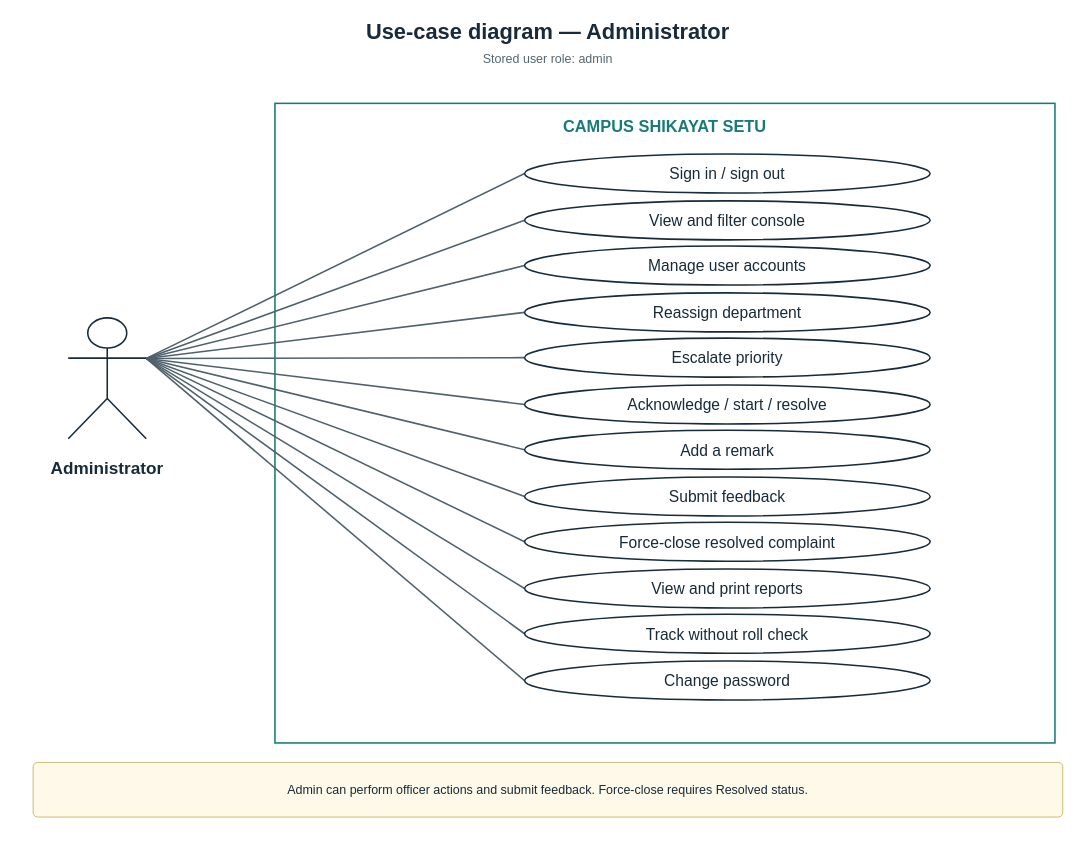
Yashwant-git392/Yashwant-git392 keeps this draw.io diagram as page "Administrator" (3 of 4) of shikayat-setu/report/diagrams/fig-usecase.drawio. Above is the earlier version. Source tidied: cells renumbered, new cells numbered last; positions are measured from the earlier drawing's top-left corner, leaving out a move shared by most shapes. Both pictures are drawn from the tidied source at 78%, with x=0, y=0 at pixel (17, 13).
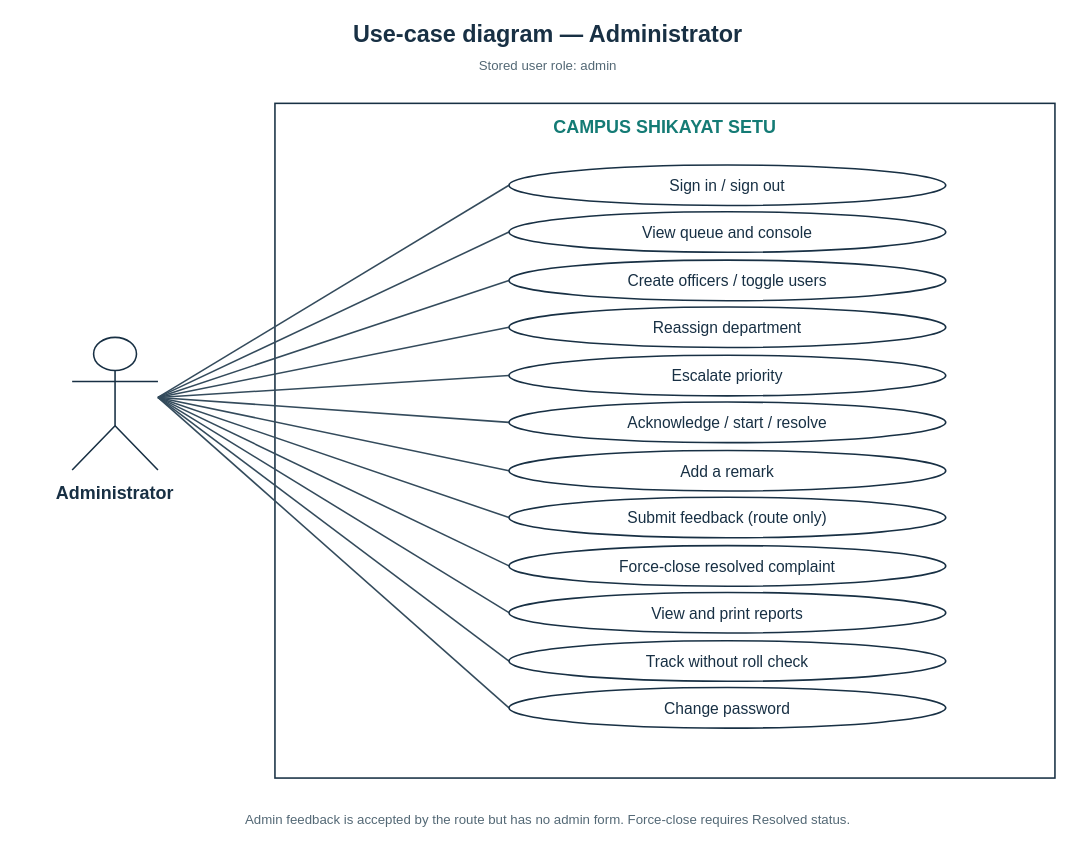
Above is the later version.

The edit, as a diff of the source:
```diff
@@
-    <mxCell id="2" value="Use-case diagram — Administrator" style="text;html=1;align=center;verticalAlign=middle;whiteSpace=wrap;rounded=0;strokeColor=none;fillColor=none;fontFamily=Arial;fontSize=28;fontStyle=1;fontColor=#172b3a;" parent="1" vertex="1">
-      <mxGeometry x="10" width="1340" height="45" as="geometry" />
+    <mxCell id="2" value="Use-case diagram — Administrator" style="text;html=0;align=center;verticalAlign=middle;whiteSpace=wrap;strokeColor=none;fillColor=none;fontFamily=Arial;fontSize=30;fontColor=#183044;fontStyle=1;" parent="1" vertex="1">
+      <mxGeometry x="10" y="2" width="1340" height="48" as="geometry" />
     </mxCell>
-    <mxCell id="3" value="Stored user role: admin" style="text;html=1;align=center;verticalAlign=middle;whiteSpace=wrap;rounded=0;strokeColor=none;fillColor=none;fontFamily=Arial;fontSize=16;fontStyle=0;fontColor=#536670;" parent="1" vertex="1">
-      <mxGeometry x="10" y="43" width="1340" height="30" as="geometry" />
+    <mxCell id="3" value="Stored user role: admin" style="text;html=0;align=center;verticalAlign=middle;whiteSpace=wrap;strokeColor=none;fillColor=none;fontFamily=Arial;fontSize=17;fontColor=#536875;fontStyle=0;" parent="1" vertex="1">
+      <mxGeometry x="10" y="52" width="1340" height="32" as="geometry" />
     </mxCell>
-    <mxCell id="4" style="rounded=0;fillColor=#ffffff;strokeColor=#187b77;strokeWidth=2;" parent="1" vertex="1">
-      <mxGeometry x="330" y="115" width="1000" height="820" as="geometry" />
+    <mxCell id="4" style="rounded=0;whiteSpace=wrap;html=0;fillColor=white;strokeColor=#183044;strokeWidth=2;fontFamily=Arial;fontSize=20;fontColor=#183044;fontStyle=0;align=center;verticalAlign=middle;" parent="1" vertex="1">
+      <mxGeometry x="330" y="115" width="1000" height="865" as="geometry" />
     </mxCell>
-    <mxCell id="5" value="CAMPUS SHIKAYAT SETU" style="text;html=1;align=center;verticalAlign=middle;whiteSpace=wrap;rounded=0;strokeColor=none;fillColor=none;fontFamily=Arial;fontSize=21;fontStyle=1;fontColor=#187b77;" parent="1" vertex="1">
-      <mxGeometry x="600" y="126" width="460" height="36" as="geometry" />
+    <mxCell id="5" value="CAMPUS SHIKAYAT SETU" style="text;html=0;align=center;verticalAlign=middle;whiteSpace=wrap;strokeColor=none;fillColor=none;fontFamily=Arial;fontSize=23;fontColor=#147b75;fontStyle=1;" parent="1" vertex="1">
+      <mxGeometry x="490" y="125" width="680" height="40" as="geometry" />
     </mxCell>
-    <mxCell id="6" style="shape=umlActor;html=1;strokeColor=#172b3a;strokeWidth=2;" parent="1" vertex="1">
-      <mxGeometry x="65" y="390" width="100" height="155" as="geometry" />
+    <mxCell id="6" style="shape=umlActor;html=0;fillColor=white;strokeColor=#183044;strokeWidth=2;" parent="1" vertex="1">
+      <mxGeometry x="70" y="415" width="110" height="170" as="geometry" />
     </mxCell>
-    <mxCell id="7" value="Administrator" style="text;html=1;align=center;verticalAlign=middle;whiteSpace=wrap;rounded=0;strokeColor=none;fillColor=none;fontFamily=Arial;fontSize=22;fontStyle=1;fontColor=#172b3a;" parent="1" vertex="1">
-      <mxGeometry y="565" width="230" height="38" as="geometry" />
+    <mxCell id="7" value="Administrator" style="text;html=0;align=center;verticalAlign=middle;whiteSpace=wrap;strokeColor=none;fillColor=none;fontFamily=Arial;fontSize=23;fontColor=#183044;fontStyle=1;" parent="1" vertex="1">
+      <mxGeometry x="-5" y="595" width="260" height="40" as="geometry" />
     </mxCell>
-    <mxCell id="8" style="edgeStyle=none;rounded=0;html=1;strokeColor=#50616b;strokeWidth=2;endArrow=none;endFill=1;dashed=0;" parent="1" edge="1">
+    <mxCell id="8" style="edgeStyle=none;rounded=0;strokeColor=#344b5c;strokeWidth=2;endArrow=none;endFill=0;dashed=0;" parent="1" edge="1">
       <mxGeometry relative="1" as="geometry">
-        <mxPoint x="165" y="442" as="sourcePoint" />
-        <mxPoint x="650" y="205" as="targetPoint" />
+        <mxPoint x="180" y="492" as="sourcePoint" />
+        <mxPoint x="630" y="220" as="targetPoint" />
       </mxGeometry>
     </mxCell>
-    <mxCell id="9" value="Sign in / sign out" style="ellipse;whiteSpace=wrap;html=1;fillColor=#ffffff;strokeColor=#172b3a;strokeWidth=2;fontFamily=Arial;fontSize=20;fontColor=#172b3a;" parent="1" vertex="1">
-      <mxGeometry x="650" y="180" width="520" height="50" as="geometry" />
+    <mxCell id="9" value="Sign in / sign out" style="ellipse;whiteSpace=wrap;html=0;fillColor=white;strokeColor=#183044;strokeWidth=2;fontFamily=Arial;fontSize=20;fontColor=#183044;fontStyle=0;align=center;verticalAlign=middle;" parent="1" vertex="1">
+      <mxGeometry x="630" y="194" width="560" height="52" as="geometry" />
     </mxCell>
-    <mxCell id="10" style="edgeStyle=none;rounded=0;html=1;strokeColor=#50616b;strokeWidth=2;endArrow=none;endFill=1;dashed=0;" parent="1" edge="1">
+    <mxCell id="10" style="edgeStyle=none;rounded=0;strokeColor=#344b5c;strokeWidth=2;endArrow=none;endFill=0;dashed=0;" parent="1" edge="1">
       <mxGeometry relative="1" as="geometry">
-        <mxPoint x="165" y="442" as="sourcePoint" />
-        <mxPoint x="650" y="265" as="targetPoint" />
+        <mxPoint x="180" y="492" as="sourcePoint" />
+        <mxPoint x="630" y="280" as="targetPoint" />
       </mxGeometry>
     </mxCell>
-    <mxCell id="11" value="View and filter console" style="ellipse;whiteSpace=wrap;html=1;fillColor=#ffffff;strokeColor=#172b3a;strokeWidth=2;fontFamily=Arial;fontSize=20;fontColor=#172b3a;" parent="1" vertex="1">
-      <mxGeometry x="650" y="240" width="520" height="50" as="geometry" />
+    <mxCell id="11" value="View queue and console" style="ellipse;whiteSpace=wrap;html=0;fillColor=white;strokeColor=#183044;strokeWidth=2;fontFamily=Arial;fontSize=20;fontColor=#183044;fontStyle=0;align=center;verticalAlign=middle;" parent="1" vertex="1">
+      <mxGeometry x="630" y="254" width="560" height="52" as="geometry" />
     </mxCell>
-    <mxCell id="12" style="edgeStyle=none;rounded=0;html=1;strokeColor=#50616b;strokeWidth=2;endArrow=none;endFill=1;dashed=0;" parent="1" edge="1">
+    <mxCell id="12" style="edgeStyle=none;rounded=0;strokeColor=#344b5c;strokeWidth=2;endArrow=none;endFill=0;dashed=0;" parent="1" edge="1">
       <mxGeometry relative="1" as="geometry">
-        <mxPoint x="165" y="442" as="sourcePoint" />
-        <mxPoint x="650" y="323" as="targetPoint" />
+        <mxPoint x="180" y="492" as="sourcePoint" />
+        <mxPoint x="630" y="342" as="targetPoint" />
       </mxGeometry>
     </mxCell>
-    <mxCell id="13" value="Manage user accounts" style="ellipse;whiteSpace=wrap;html=1;fillColor=#ffffff;strokeColor=#172b3a;strokeWidth=2;fontFamily=Arial;fontSize=20;fontColor=#172b3a;" parent="1" vertex="1">
-      <mxGeometry x="650" y="298" width="520" height="50" as="geometry" />
+    <mxCell id="13" value="Create officers / toggle users" style="ellipse;whiteSpace=wrap;html=0;fillColor=white;strokeColor=#183044;strokeWidth=2;fontFamily=Arial;fontSize=20;fontColor=#183044;fontStyle=0;align=center;verticalAlign=middle;" parent="1" vertex="1">
+      <mxGeometry x="630" y="316" width="560" height="52" as="geometry" />
     </mxCell>
-    <mxCell id="14" style="edgeStyle=none;rounded=0;html=1;strokeColor=#50616b;strokeWidth=2;endArrow=none;endFill=1;dashed=0;" parent="1" edge="1">
+    <mxCell id="14" style="edgeStyle=none;rounded=0;strokeColor=#344b5c;strokeWidth=2;endArrow=none;endFill=0;dashed=0;" parent="1" edge="1">
       <mxGeometry relative="1" as="geometry">
-        <mxPoint x="165" y="442" as="sourcePoint" />
-        <mxPoint x="650" y="383" as="targetPoint" />
+        <mxPoint x="180" y="492" as="sourcePoint" />
+        <mxPoint x="630" y="402" as="targetPoint" />
       </mxGeometry>
     </mxCell>
-    <mxCell id="15" value="Reassign department" style="ellipse;whiteSpace=wrap;html=1;fillColor=#ffffff;strokeColor=#172b3a;strokeWidth=2;fontFamily=Arial;fontSize=20;fontColor=#172b3a;" parent="1" vertex="1">
-      <mxGeometry x="650" y="358" width="520" height="50" as="geometry" />
+    <mxCell id="15" value="Reassign department" style="ellipse;whiteSpace=wrap;html=0;fillColor=white;strokeColor=#183044;strokeWidth=2;fontFamily=Arial;fontSize=20;fontColor=#183044;fontStyle=0;align=center;verticalAlign=middle;" parent="1" vertex="1">
+      <mxGeometry x="630" y="376" width="560" height="52" as="geometry" />
     </mxCell>
-    <mxCell id="16" style="edgeStyle=none;rounded=0;html=1;strokeColor=#50616b;strokeWidth=2;endArrow=none;endFill=1;dashed=0;" parent="1" edge="1">
+    <mxCell id="16" style="edgeStyle=none;rounded=0;strokeColor=#344b5c;strokeWidth=2;endArrow=none;endFill=0;dashed=0;" parent="1" edge="1">
       <mxGeometry relative="1" as="geometry">
-        <mxPoint x="165" y="442" as="sourcePoint" />
-        <mxPoint x="650" y="441" as="targetPoint" />
+        <mxPoint x="180" y="492" as="sourcePoint" />
+        <mxPoint x="630" y="464" as="targetPoint" />
       </mxGeometry>
     </mxCell>
-    <mxCell id="17" value="Escalate priority" style="ellipse;whiteSpace=wrap;html=1;fillColor=#ffffff;strokeColor=#172b3a;strokeWidth=2;fontFamily=Arial;fontSize=20;fontColor=#172b3a;" parent="1" vertex="1">
-      <mxGeometry x="650" y="416" width="520" height="50" as="geometry" />
+    <mxCell id="17" value="Escalate priority" style="ellipse;whiteSpace=wrap;html=0;fillColor=white;strokeColor=#183044;strokeWidth=2;fontFamily=Arial;fontSize=20;fontColor=#183044;fontStyle=0;align=center;verticalAlign=middle;" parent="1" vertex="1">
+      <mxGeometry x="630" y="438" width="560" height="52" as="geometry" />
     </mxCell>
-    <mxCell id="18" style="edgeStyle=none;rounded=0;html=1;strokeColor=#50616b;strokeWidth=2;endArrow=none;endFill=1;dashed=0;" parent="1" edge="1">
+    <mxCell id="18" style="edgeStyle=none;rounded=0;strokeColor=#344b5c;strokeWidth=2;endArrow=none;endFill=0;dashed=0;" parent="1" edge="1">
       <mxGeometry relative="1" as="geometry">
-        <mxPoint x="165" y="442" as="sourcePoint" />
-        <mxPoint x="650" y="501" as="targetPoint" />
+        <mxPoint x="180" y="492" as="sourcePoint" />
+        <mxPoint x="630" y="524" as="targetPoint" />
       </mxGeometry>
     </mxCell>
-    <mxCell id="19" value="Acknowledge / start / resolve" style="ellipse;whiteSpace=wrap;html=1;fillColor=#ffffff;strokeColor=#172b3a;strokeWidth=2;fontFamily=Arial;fontSize=20;fontColor=#172b3a;" parent="1" vertex="1">
-      <mxGeometry x="650" y="476" width="520" height="50" as="geometry" />
+    <mxCell id="19" value="Acknowledge / start / resolve" style="ellipse;whiteSpace=wrap;html=0;fillColor=white;strokeColor=#183044;strokeWidth=2;fontFamily=Arial;fontSize=20;fontColor=#183044;fontStyle=0;align=center;verticalAlign=middle;" parent="1" vertex="1">
+      <mxGeometry x="630" y="498" width="560" height="52" as="geometry" />
     </mxCell>
-    <mxCell id="20" style="edgeStyle=none;rounded=0;html=1;strokeColor=#50616b;strokeWidth=2;endArrow=none;endFill=1;dashed=0;" parent="1" edge="1">
+    <mxCell id="20" style="edgeStyle=none;rounded=0;strokeColor=#344b5c;strokeWidth=2;endArrow=none;endFill=0;dashed=0;" parent="1" edge="1">
       <mxGeometry relative="1" as="geometry">
-        <mxPoint x="165" y="442" as="sourcePoint" />
-        <mxPoint x="650" y="559" as="targetPoint" />
+        <mxPoint x="180" y="492" as="sourcePoint" />
+        <mxPoint x="630" y="586" as="targetPoint" />
       </mxGeometry>
     </mxCell>
-    <mxCell id="21" value="Add a remark" style="ellipse;whiteSpace=wrap;html=1;fillColor=#ffffff;strokeColor=#172b3a;strokeWidth=2;fontFamily=Arial;fontSize=20;fontColor=#172b3a;" parent="1" vertex="1">
-      <mxGeometry x="650" y="534" width="520" height="50" as="geometry" />
+    <mxCell id="21" value="Add a remark" style="ellipse;whiteSpace=wrap;html=0;fillColor=white;strokeColor=#183044;strokeWidth=2;fontFamily=Arial;fontSize=20;fontColor=#183044;fontStyle=0;align=center;verticalAlign=middle;" parent="1" vertex="1">
+      <mxGeometry x="630" y="560" width="560" height="52" as="geometry" />
     </mxCell>
-    <mxCell id="22" style="edgeStyle=none;rounded=0;html=1;strokeColor=#50616b;strokeWidth=2;endArrow=none;endFill=1;dashed=0;" parent="1" edge="1">
+    <mxCell id="22" style="edgeStyle=none;rounded=0;strokeColor=#344b5c;strokeWidth=2;endArrow=none;endFill=0;dashed=0;" parent="1" edge="1">
       <mxGeometry relative="1" as="geometry">
-        <mxPoint x="165" y="442" as="sourcePoint" />
-        <mxPoint x="650" y="619" as="targetPoint" />
+        <mxPoint x="180" y="492" as="sourcePoint" />
+        <mxPoint x="630" y="646" as="targetPoint" />
       </mxGeometry>
     </mxCell>
-    <mxCell id="23" value="Submit feedback" style="ellipse;whiteSpace=wrap;html=1;fillColor=#ffffff;strokeColor=#172b3a;strokeWidth=2;fontFamily=Arial;fontSize=20;fontColor=#172b3a;" parent="1" vertex="1">
-      <mxGeometry x="650" y="594" width="520" height="50" as="geometry" />
+    <mxCell id="23" value="Submit feedback (route only)" style="ellipse;whiteSpace=wrap;html=0;fillColor=white;strokeColor=#183044;strokeWidth=2;fontFamily=Arial;fontSize=20;fontColor=#183044;fontStyle=0;align=center;verticalAlign=middle;" parent="1" vertex="1">
+      <mxGeometry x="630" y="620" width="560" height="52" as="geometry" />
     </mxCell>
-    <mxCell id="24" style="edgeStyle=none;rounded=0;html=1;strokeColor=#50616b;strokeWidth=2;endArrow=none;endFill=1;dashed=0;" parent="1" edge="1">
+    <mxCell id="24" style="edgeStyle=none;rounded=0;strokeColor=#344b5c;strokeWidth=2;endArrow=none;endFill=0;dashed=0;" parent="1" edge="1">
       <mxGeometry relative="1" as="geometry">
-        <mxPoint x="165" y="442" as="sourcePoint" />
-        <mxPoint x="650" y="677" as="targetPoint" />
+        <mxPoint x="180" y="492" as="sourcePoint" />
+        <mxPoint x="630" y="708" as="targetPoint" />
       </mxGeometry>
     </mxCell>
-    <mxCell id="25" value="Force-close resolved complaint" style="ellipse;whiteSpace=wrap;html=1;fillColor=#ffffff;strokeColor=#172b3a;strokeWidth=2;fontFamily=Arial;fontSize=20;fontColor=#172b3a;" parent="1" vertex="1">
-      <mxGeometry x="650" y="652" width="520" height="50" as="geometry" />
+    <mxCell id="25" value="Force-close resolved complaint" style="ellipse;whiteSpace=wrap;html=0;fillColor=white;strokeColor=#183044;strokeWidth=2;fontFamily=Arial;fontSize=20;fontColor=#183044;fontStyle=0;align=center;verticalAlign=middle;" parent="1" vertex="1">
+      <mxGeometry x="630" y="682" width="560" height="52" as="geometry" />
     </mxCell>
-    <mxCell id="26" style="edgeStyle=none;rounded=0;html=1;strokeColor=#50616b;strokeWidth=2;endArrow=none;endFill=1;dashed=0;" parent="1" edge="1">
+    <mxCell id="26" style="edgeStyle=none;rounded=0;strokeColor=#344b5c;strokeWidth=2;endArrow=none;endFill=0;dashed=0;" parent="1" edge="1">
       <mxGeometry relative="1" as="geometry">
-        <mxPoint x="165" y="442" as="sourcePoint" />
-        <mxPoint x="650" y="737" as="targetPoint" />
+        <mxPoint x="180" y="492" as="sourcePoint" />
+        <mxPoint x="630" y="768" as="targetPoint" />
       </mxGeometry>
     </mxCell>
-    <mxCell id="27" value="View and print reports" style="ellipse;whiteSpace=wrap;html=1;fillColor=#ffffff;strokeColor=#172b3a;strokeWidth=2;fontFamily=Arial;fontSize=20;fontColor=#172b3a;" parent="1" vertex="1">
-      <mxGeometry x="650" y="712" width="520" height="50" as="geometry" />
+    <mxCell id="27" value="View and print reports" style="ellipse;whiteSpace=wrap;html=0;fillColor=white;strokeColor=#183044;strokeWidth=2;fontFamily=Arial;fontSize=20;fontColor=#183044;fontStyle=0;align=center;verticalAlign=middle;" parent="1" vertex="1">
+      <mxGeometry x="630" y="742" width="560" height="52" as="geometry" />
     </mxCell>
-    <mxCell id="28" style="edgeStyle=none;rounded=0;html=1;strokeColor=#50616b;strokeWidth=2;endArrow=none;endFill=1;dashed=0;" parent="1" edge="1">
+    <mxCell id="28" style="edgeStyle=none;rounded=0;strokeColor=#344b5c;strokeWidth=2;endArrow=none;endFill=0;dashed=0;" parent="1" edge="1">
       <mxGeometry relative="1" as="geometry">
-        <mxPoint x="165" y="442" as="sourcePoint" />
-        <mxPoint x="650" y="795" as="targetPoint" />
+        <mxPoint x="180" y="492" as="sourcePoint" />
+        <mxPoint x="630" y="830" as="targetPoint" />
       </mxGeometry>
     </mxCell>
-    <mxCell id="29" value="Track without roll check" style="ellipse;whiteSpace=wrap;html=1;fillColor=#ffffff;strokeColor=#172b3a;strokeWidth=2;fontFamily=Arial;fontSize=20;fontColor=#172b3a;" parent="1" vertex="1">
-      <mxGeometry x="650" y="770" width="520" height="50" as="geometry" />
+    <mxCell id="29" value="Track without roll check" style="ellipse;whiteSpace=wrap;html=0;fillColor=white;strokeColor=#183044;strokeWidth=2;fontFamily=Arial;fontSize=20;fontColor=#183044;fontStyle=0;align=center;verticalAlign=middle;" parent="1" vertex="1">
+      <mxGeometry x="630" y="804" width="560" height="52" as="geometry" />
     </mxCell>
-    <mxCell id="30" style="edgeStyle=none;rounded=0;html=1;strokeColor=#50616b;strokeWidth=2;endArrow=none;endFill=1;dashed=0;" parent="1" edge="1">
+    <mxCell id="30" style="edgeStyle=none;rounded=0;strokeColor=#344b5c;strokeWidth=2;endArrow=none;endFill=0;dashed=0;" parent="1" edge="1">
       <mxGeometry relative="1" as="geometry">
-        <mxPoint x="165" y="442" as="sourcePoint" />
-        <mxPoint x="650" y="855" as="targetPoint" />
+        <mxPoint x="180" y="492" as="sourcePoint" />
+        <mxPoint x="630" y="890" as="targetPoint" />
       </mxGeometry>
     </mxCell>
-    <mxCell id="31" value="Change password" style="ellipse;whiteSpace=wrap;html=1;fillColor=#ffffff;strokeColor=#172b3a;strokeWidth=2;fontFamily=Arial;fontSize=20;fontColor=#172b3a;" parent="1" vertex="1">
-      <mxGeometry x="650" y="830" width="520" height="50" as="geometry" />
+    <mxCell id="31" value="Change password" style="ellipse;whiteSpace=wrap;html=0;fillColor=white;strokeColor=#183044;strokeWidth=2;fontFamily=Arial;fontSize=20;fontColor=#183044;fontStyle=0;align=center;verticalAlign=middle;" parent="1" vertex="1">
+      <mxGeometry x="630" y="864" width="560" height="52" as="geometry" />
     </mxCell>
-    <mxCell id="32" value="Admin can perform officer actions and submit feedback. Force-close requires Resolved status." style="rounded=1;arcSize=8;whiteSpace=wrap;html=1;fillColor=#fff9e9;strokeColor=#c6a650;fontFamily=Arial;fontSize=16;fontColor=#172b3a;spacing=8;" parent="1" vertex="1">
-      <mxGeometry x="20" y="960" width="1320" height="70" as="geometry" />
+    <mxCell id="32" value="Admin feedback is accepted by the route but has no admin form. Force-close requires Resolved status." style="text;html=0;align=center;verticalAlign=middle;whiteSpace=wrap;strokeColor=none;fillColor=none;fontFamily=Arial;fontSize=17;fontColor=#536875;fontStyle=0;" parent="1" vertex="1">
+      <mxGeometry y="1005" width="1360" height="60" as="geometry" />
     </mxCell>
```
